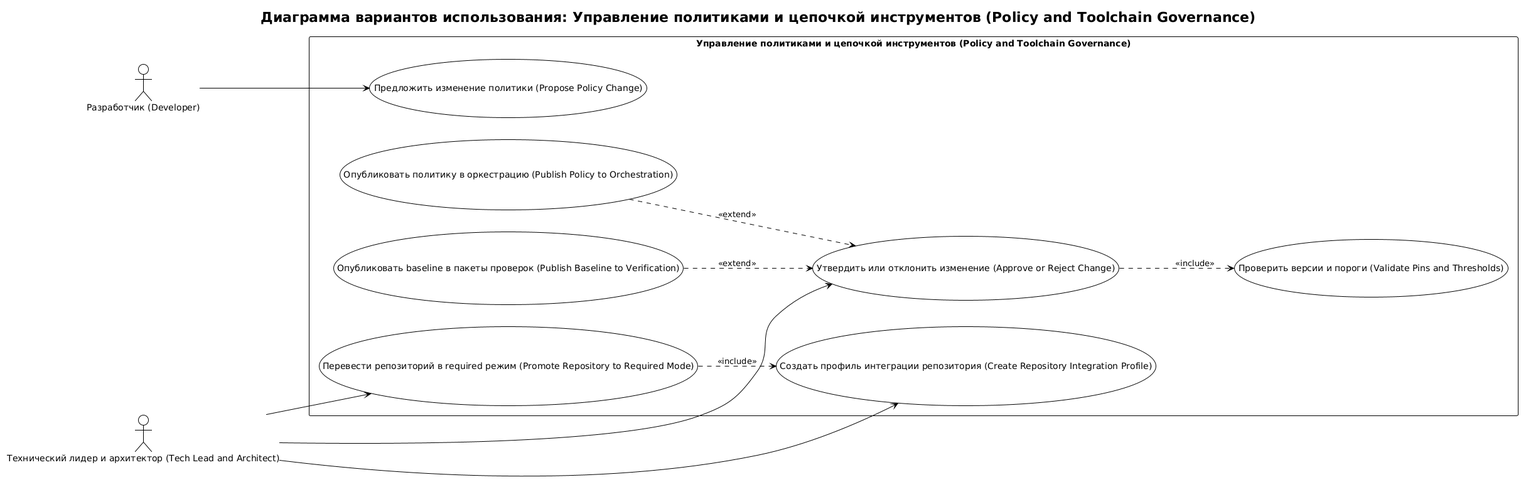
Earlier version of the PlantUML export docs/requirements/сценарии/policy-and-toolchain-governance/diagrams/policy-and-toolchain-governance-overview.png (Druk83/RRDCS).
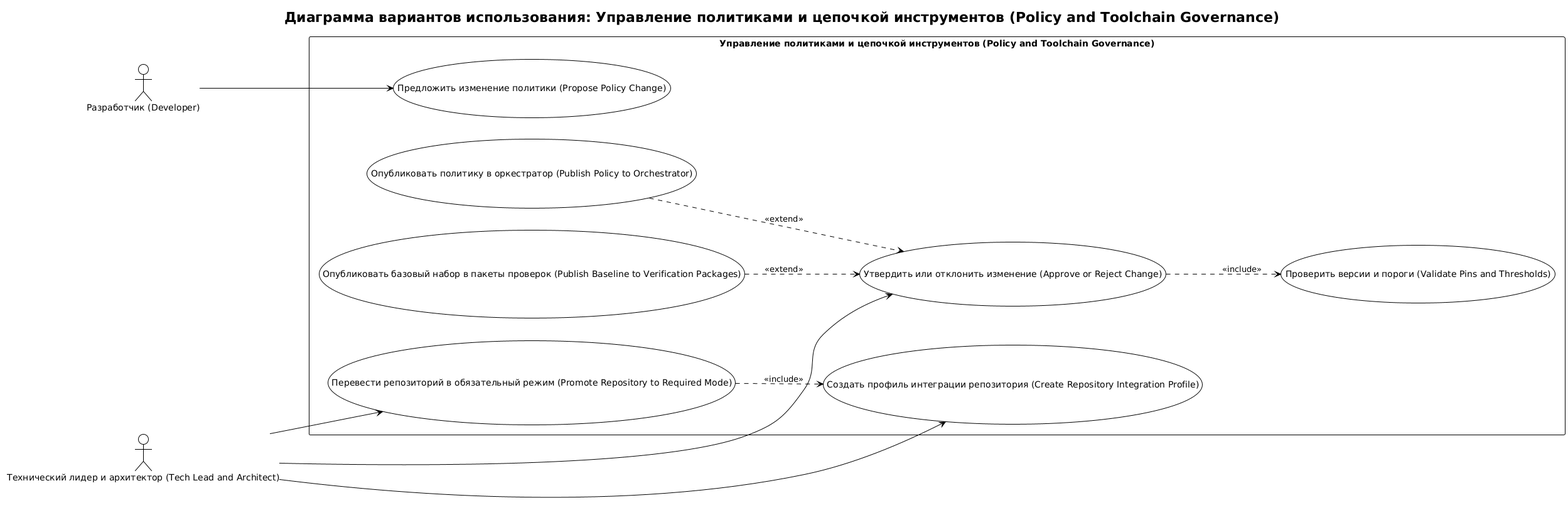
The same file after the commit.

What changed in the source:
```diff
@@ -11,10 +11,10 @@
   usecase "Предложить изменение политики (Propose Policy Change)" as UC1
   usecase "Проверить версии и пороги (Validate Pins and Thresholds)" as UC2
   usecase "Утвердить или отклонить изменение (Approve or Reject Change)" as UC3
-  usecase "Опубликовать политику в оркестрацию (Publish Policy to Orchestration)" as UC4
-  usecase "Опубликовать baseline в пакеты проверок (Publish Baseline to Verification)" as UC5
+  usecase "Опубликовать политику в оркестратор (Publish Policy to Orchestrator)" as UC4
+  usecase "Опубликовать базовый набор в пакеты проверок (Publish Baseline to Verification Packages)" as UC5
   usecase "Создать профиль интеграции репозитория (Create Repository Integration Profile)" as UC6
-  usecase "Перевести репозиторий в required режим (Promote Repository to Required Mode)" as UC7
+  usecase "Перевести репозиторий в обязательный режим (Promote Repository to Required Mode)" as UC7
 }
 
 Dev --> UC1
```
